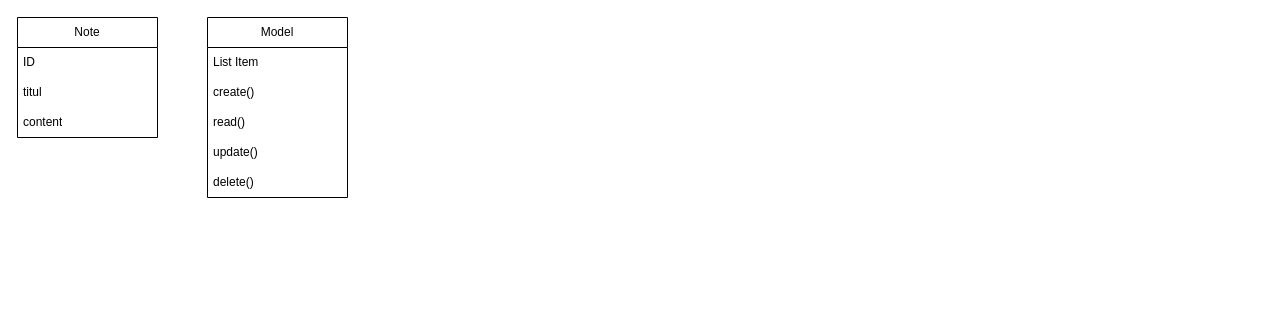
Before: sxem.drawio in 1235598767q87406/zametki, a draw.io diagram. Source tidied: cells renumbered, new cells numbered last; positions are measured from the earlier drawing's top-left corner, leaving out a move shared by most shapes. Both pictures are drawn from the tidied source at 100%, with x=0, y=0 at pixel (17, 17).
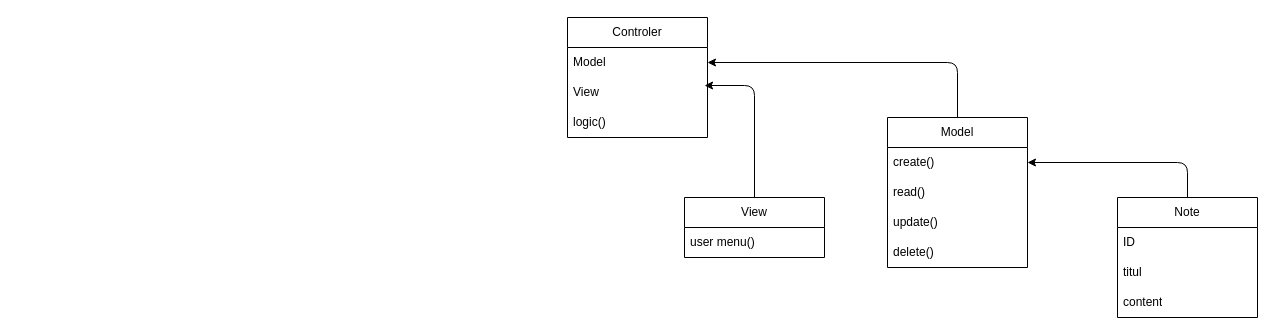
The same page after the edit.

What changed in the source:
```diff
@@
 <mxGraphModel>
   <root>
     <mxCell id="0" />
     <mxCell id="1" parent="0" />
+    <mxCell id="12" style="edgeStyle=orthogonalEdgeStyle;html=1;entryX=1;entryY=0.5;entryDx=0;entryDy=0;" parent="1" edge="1" source="2" target="8">
+      <mxGeometry relative="1" as="geometry" />
+    </mxCell>
     <mxCell id="2" value="Note" style="swimlane;fontStyle=0;horizontal=1;startSize=30;whiteSpace=wrap;html=1;" parent="1" vertex="1">
-      <mxGeometry width="140" height="120" as="geometry" />
+      <mxGeometry x="1100" y="180" width="140" height="120" as="geometry" />
     </mxCell>
     <mxCell id="3" value="ID" style="text;strokeColor=none;fillColor=none;align=left;verticalAlign=middle;spacingLeft=4;spacingRight=4;overflow=hidden;whiteSpace=wrap;html=1;" parent="2" vertex="1">
       <mxGeometry y="30" width="140" height="30" as="geometry" />
     </mxCell>
     <mxCell id="4" value="titul" style="text;strokeColor=none;fillColor=none;align=left;verticalAlign=middle;spacingLeft=4;spacingRight=4;overflow=hidden;whiteSpace=wrap;html=1;" parent="2" vertex="1">
       <mxGeometry y="60" width="140" height="30" as="geometry" />
     </mxCell>
     <mxCell id="5" value="content" style="text;strokeColor=none;fillColor=none;align=left;verticalAlign=middle;spacingLeft=4;spacingRight=4;overflow=hidden;whiteSpace=wrap;html=1;" parent="2" vertex="1">
       <mxGeometry y="90" width="140" height="30" as="geometry" />
     </mxCell>
+    <mxCell id="13" style="edgeStyle=orthogonalEdgeStyle;html=1;entryX=1;entryY=0.5;entryDx=0;entryDy=0;" parent="1" edge="1" source="6" target="17">
+      <mxGeometry relative="1" as="geometry" />
+    </mxCell>
     <mxCell id="6" value="Model" style="swimlane;fontStyle=0;horizontal=1;startSize=30;whiteSpace=wrap;html=1;" parent="1" vertex="1">
-      <mxGeometry x="190" width="140" height="180" as="geometry" />
+      <mxGeometry x="870" y="100" width="140" height="150" as="geometry" />
     </mxCell>
-    <mxCell id="7" value="List Item" style="text;strokeColor=none;fillColor=none;align=left;verticalAlign=middle;spacingLeft=4;spacingRight=4;overflow=hidden;whiteSpace=wrap;html=1;" parent="6" vertex="1">
-      <mxGeometry y="30" width="140" height="30" as="geometry" />
-    </mxCell>
     <mxCell id="8" value="create()" style="text;strokeColor=none;fillColor=none;align=left;verticalAlign=middle;spacingLeft=4;spacingRight=4;overflow=hidden;points=[[0,0.5],[1,0.5]];portConstraint=eastwest;whiteSpace=wrap;html=1;" parent="6" vertex="1">
-      <mxGeometry y="60" width="140" height="30" as="geometry" />
+      <mxGeometry y="30" width="140" height="30" as="geometry" />
     </mxCell>
     <mxCell id="9" value="read()" style="text;strokeColor=none;fillColor=none;align=left;verticalAlign=middle;spacingLeft=4;spacingRight=4;overflow=hidden;whiteSpace=wrap;html=1;" parent="6" vertex="1">
-      <mxGeometry y="90" width="140" height="30" as="geometry" />
+      <mxGeometry y="60" width="140" height="30" as="geometry" />
     </mxCell>
     <mxCell id="10" value="update()" style="text;strokeColor=none;fillColor=none;align=left;verticalAlign=middle;spacingLeft=4;spacingRight=4;overflow=hidden;whiteSpace=wrap;html=1;" parent="6" vertex="1">
-      <mxGeometry y="120" width="140" height="30" as="geometry" />
+      <mxGeometry y="90" width="140" height="30" as="geometry" />
     </mxCell>
     <mxCell id="11" value="delete()" style="text;strokeColor=none;fillColor=none;align=left;verticalAlign=middle;spacingLeft=4;spacingRight=4;overflow=hidden;whiteSpace=wrap;html=1;" parent="6" vertex="1">
-      <mxGeometry y="150" width="140" height="30" as="geometry" />
+      <mxGeometry y="120" width="140" height="30" as="geometry" />
     </mxCell>
+    <mxCell id="14" value="View" style="swimlane;fontStyle=0;horizontal=1;startSize=30;whiteSpace=wrap;html=1;" parent="1" vertex="1">
+      <mxGeometry x="667" y="180" width="140" height="60" as="geometry" />
+    </mxCell>
+    <mxCell id="15" value="user menu()" style="text;strokeColor=none;fillColor=none;align=left;verticalAlign=middle;spacingLeft=4;spacingRight=4;overflow=hidden;whiteSpace=wrap;html=1;" parent="14" vertex="1">
+      <mxGeometry y="30" width="140" height="30" as="geometry" />
+    </mxCell>
+    <mxCell id="16" value="Controler" style="swimlane;fontStyle=0;horizontal=1;startSize=30;whiteSpace=wrap;html=1;" parent="1" vertex="1">
+      <mxGeometry x="550" width="140" height="120" as="geometry" />
+    </mxCell>
+    <mxCell id="17" value="Model" style="text;strokeColor=none;fillColor=none;align=left;verticalAlign=middle;spacingLeft=4;spacingRight=4;overflow=hidden;points=[[0,0.5],[1,0.5]];portConstraint=eastwest;whiteSpace=wrap;html=1;" parent="16" vertex="1">
+      <mxGeometry y="30" width="140" height="30" as="geometry" />
+    </mxCell>
+    <mxCell id="18" value="View" style="text;strokeColor=none;fillColor=none;align=left;verticalAlign=middle;spacingLeft=4;spacingRight=4;overflow=hidden;points=[[0,0.5],[1,0.5]];portConstraint=eastwest;whiteSpace=wrap;html=1;" parent="16" vertex="1">
+      <mxGeometry y="60" width="140" height="30" as="geometry" />
+    </mxCell>
+    <mxCell id="7" value="logic()" style="text;strokeColor=none;fillColor=none;align=left;verticalAlign=middle;spacingLeft=4;spacingRight=4;overflow=hidden;whiteSpace=wrap;html=1;" parent="16" vertex="1">
+      <mxGeometry y="90" width="140" height="30" as="geometry" />
+    </mxCell>
+    <mxCell id="19" style="edgeStyle=orthogonalEdgeStyle;html=1;entryX=0.979;entryY=0.267;entryDx=0;entryDy=0;entryPerimeter=0;" parent="1" edge="1" source="14" target="18">
+      <mxGeometry relative="1" as="geometry" />
+    </mxCell>
   </root>
 </mxGraphModel>
```
